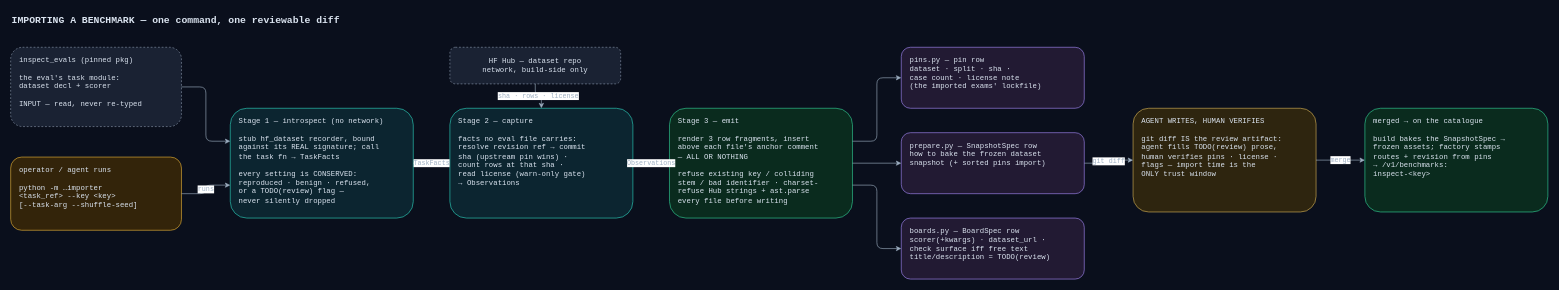
Earlier version of the draw.io diagram apps/screamingface-engine/docs/diagrams/importer-pipeline.drawio (ScreamingFace/screamingface). Source tidied: cells renumbered, new cells numbered last; positions are measured from the earlier drawing's top-left corner, leaving out a move shared by most shapes. Both pictures are drawn from the tidied source at 61%, with x=0, y=0 at pixel (10, 10).
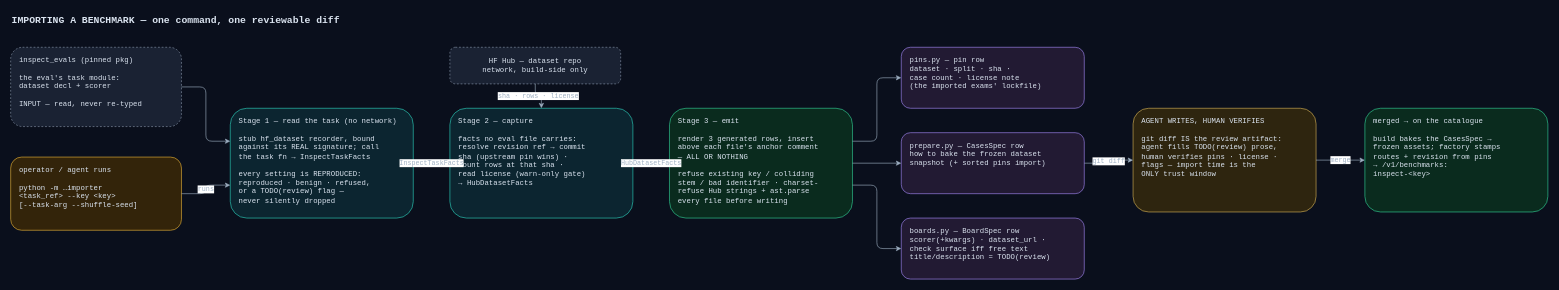
The same page after the edit.

Diff of the diagram source:
```diff
@@
-    <mxCell id="6" value="Stage 1 — introspect (no network)&#10;&#10;stub hf_dataset recorder, bound&#10;against its REAL signature; call&#10;the task fn → TaskFacts&#10;&#10;every setting is CONSERVED:&#10;reproduced · benign · refused,&#10;or a TODO(review) flag —&#10;never silently dropped" style="rounded=1;whiteSpace=wrap;html=1;fillColor=#0c2530;strokeColor=#2dd4bf;fontColor=#dbe4f0;fontFamily=Courier New;fontSize=12;align=left;spacingLeft=12;verticalAlign=top;spacingTop=8;" parent="1" vertex="1">
+    <mxCell id="6" value="Stage 1 — read the task (no network)&#10;&#10;stub hf_dataset recorder, bound&#10;against its REAL signature; call&#10;the task fn → InspectTaskFacts&#10;&#10;every setting is REPRODUCED:&#10;reproduced · benign · refused,&#10;or a TODO(review) flag —&#10;never silently dropped" style="rounded=1;whiteSpace=wrap;html=1;fillColor=#0c2530;strokeColor=#2dd4bf;fontColor=#dbe4f0;fontFamily=Courier New;fontSize=12;align=left;spacingLeft=12;verticalAlign=top;spacingTop=8;" parent="1" vertex="1">
       <mxGeometry x="360" y="160" width="300" height="180" as="geometry" />
     </mxCell>
-    <mxCell id="7" value="Stage 2 — capture&#10;&#10;facts no eval file carries:&#10;resolve revision ref → commit&#10;sha (upstream pin wins) ·&#10;count rows at that sha ·&#10;read license (warn-only gate)&#10;→ Observations" style="rounded=1;whiteSpace=wrap;html=1;fillColor=#0c2530;strokeColor=#2dd4bf;fontColor=#dbe4f0;fontFamily=Courier New;fontSize=12;align=left;spacingLeft=12;verticalAlign=top;spacingTop=8;" parent="1" vertex="1">
+    <mxCell id="7" value="Stage 2 — capture&#10;&#10;facts no eval file carries:&#10;resolve revision ref → commit&#10;sha (upstream pin wins) ·&#10;count rows at that sha ·&#10;read license (warn-only gate)&#10;→ HubDatasetFacts" style="rounded=1;whiteSpace=wrap;html=1;fillColor=#0c2530;strokeColor=#2dd4bf;fontColor=#dbe4f0;fontFamily=Courier New;fontSize=12;align=left;spacingLeft=12;verticalAlign=top;spacingTop=8;" parent="1" vertex="1">
       <mxGeometry x="720" y="160" width="300" height="180" as="geometry" />
     </mxCell>
-    <mxCell id="8" value="Stage 3 — emit&#10;&#10;render 3 row fragments, insert&#10;above each file's anchor comment&#10;— ALL OR NOTHING&#10;&#10;refuse existing key / colliding&#10;stem / bad identifier · charset-&#10;refuse Hub strings + ast.parse&#10;every file before writing" style="rounded=1;whiteSpace=wrap;html=1;fillColor=#0a2b1e;strokeColor=#34d399;fontColor=#dbe4f0;fontFamily=Courier New;fontSize=12;align=left;spacingLeft=12;verticalAlign=top;spacingTop=8;" parent="1" vertex="1">
+    <mxCell id="8" value="Stage 3 — emit&#10;&#10;render 3 generated rows, insert&#10;above each file's anchor comment&#10;— ALL OR NOTHING&#10;&#10;refuse existing key / colliding&#10;stem / bad identifier · charset-&#10;refuse Hub strings + ast.parse&#10;every file before writing" style="rounded=1;whiteSpace=wrap;html=1;fillColor=#0a2b1e;strokeColor=#34d399;fontColor=#dbe4f0;fontFamily=Courier New;fontSize=12;align=left;spacingLeft=12;verticalAlign=top;spacingTop=8;" parent="1" vertex="1">
       <mxGeometry x="1080" y="160" width="300" height="180" as="geometry" />
     </mxCell>
@@
-    <mxCell id="10" value="prepare.py — SnapshotSpec row&#10;how to bake the frozen dataset&#10;snapshot (+ sorted pins import)" style="rounded=1;whiteSpace=wrap;html=1;fillColor=#221a33;strokeColor=#a78bfa;fontColor=#dbe4f0;fontFamily=Courier New;fontSize=12;align=left;spacingLeft=12;verticalAlign=top;spacingTop=8;" parent="1" vertex="1">
+    <mxCell id="10" value="prepare.py — CasesSpec row&#10;how to bake the frozen dataset&#10;snapshot (+ sorted pins import)" style="rounded=1;whiteSpace=wrap;html=1;fillColor=#221a33;strokeColor=#a78bfa;fontColor=#dbe4f0;fontFamily=Courier New;fontSize=12;align=left;spacingLeft=12;verticalAlign=top;spacingTop=8;" parent="1" vertex="1">
       <mxGeometry x="1460" y="200" width="300" height="100" as="geometry" />
     </mxCell>
@@
-    <mxCell id="13" value="merged → on the catalogue&#10;&#10;build bakes the SnapshotSpec →&#10;frozen assets; factory stamps&#10;routes + revision from pins&#10;→ /v1/benchmarks:&#10;inspect-&amp;lt;key&amp;gt;" style="rounded=1;whiteSpace=wrap;html=1;fillColor=#0a2b1e;strokeColor=#34d399;fontColor=#dbe4f0;fontFamily=Courier New;fontSize=12;align=left;spacingLeft=12;verticalAlign=top;spacingTop=8;" parent="1" vertex="1">
+    <mxCell id="13" value="merged → on the catalogue&#10;&#10;build bakes the CasesSpec →&#10;frozen assets; factory stamps&#10;routes + revision from pins&#10;→ /v1/benchmarks:&#10;inspect-&amp;lt;key&amp;gt;" style="rounded=1;whiteSpace=wrap;html=1;fillColor=#0a2b1e;strokeColor=#34d399;fontColor=#dbe4f0;fontFamily=Courier New;fontSize=12;align=left;spacingLeft=12;verticalAlign=top;spacingTop=8;" parent="1" vertex="1">
       <mxGeometry x="2220" y="160" width="300" height="170" as="geometry" />
     </mxCell>
@@
-    <mxCell id="17" value="TaskFacts" style="edgeStyle=orthogonalEdgeStyle;rounded=1;jettySize=auto;html=1;strokeColor=#9fb0c3;endArrow=classic;endFill=1;fontColor=#9fb0c3;fontFamily=Courier New;fontSize=11;exitX=1;exitY=0.5;entryX=0;entryY=0.5;" parent="1" edge="1" source="6" target="7">
+    <mxCell id="17" value="InspectTaskFacts" style="edgeStyle=orthogonalEdgeStyle;rounded=1;jettySize=auto;html=1;strokeColor=#9fb0c3;endArrow=classic;endFill=1;fontColor=#9fb0c3;fontFamily=Courier New;fontSize=11;exitX=1;exitY=0.5;entryX=0;entryY=0.5;" parent="1" edge="1" source="6" target="7">
       <mxGeometry relative="1" as="geometry" />
     </mxCell>
-    <mxCell id="18" value="Observations" style="edgeStyle=orthogonalEdgeStyle;rounded=1;jettySize=auto;html=1;strokeColor=#9fb0c3;endArrow=classic;endFill=1;fontColor=#9fb0c3;fontFamily=Courier New;fontSize=11;exitX=1;exitY=0.5;entryX=0;entryY=0.5;" parent="1" edge="1" source="7" target="8">
+    <mxCell id="18" value="HubDatasetFacts" style="edgeStyle=orthogonalEdgeStyle;rounded=1;jettySize=auto;html=1;strokeColor=#9fb0c3;endArrow=classic;endFill=1;fontColor=#9fb0c3;fontFamily=Courier New;fontSize=11;exitX=1;exitY=0.5;entryX=0;entryY=0.5;" parent="1" edge="1" source="7" target="8">
       <mxGeometry relative="1" as="geometry" />
     </mxCell>
```
